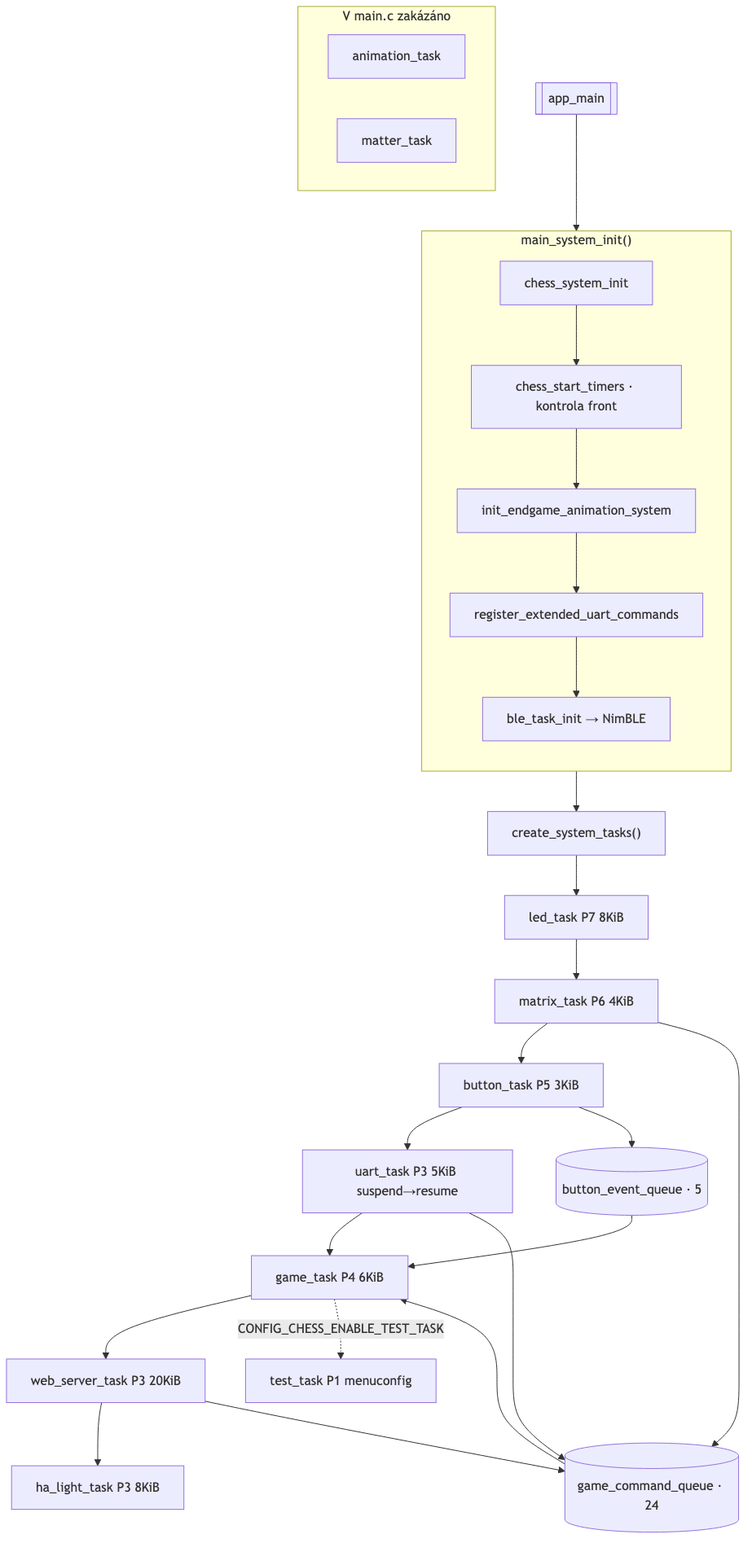
Earlier version of the Mermaid export docs/diagrams/tasks_architecture.png (AlfredKrutina/chess_esp32_c6_devkit). Its source is kept beside it as docs/diagrams/sources/tasks_architecture.mmd.
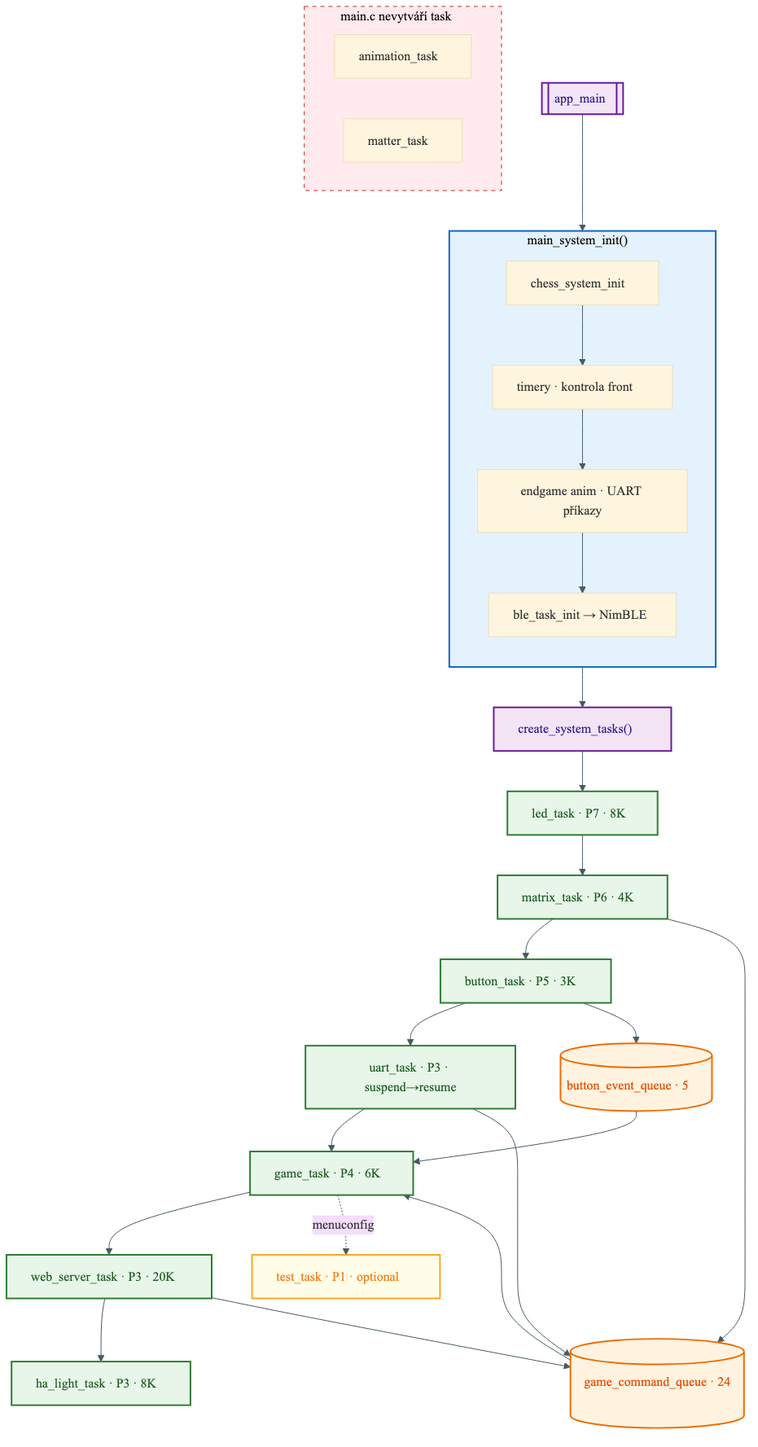
Above is the later version.

Diff of the diagram source:
```diff
@@ -1,39 +1,39 @@
+%%{init: {'theme':'base', 'themeVariables': {'fontFamily':'system-ui,Segoe UI,sans-serif','lineColor':'#455a64','clusterBkg':'#fafafa'}}}%%
 flowchart TB
   subgraph SYS["main_system_init()"]
     direction TB
     CH["chess_system_init"]
-    TM["chess_start_timers · kontrola front"]
-    EG["init_endgame_animation_system"]
-    UR["register_extended_uart_commands"]
+    TM["timery · kontrola front"]
+    EG["endgame anim · UART příkazy"]
     BLE["ble_task_init → NimBLE"]
-    CH --> TM --> EG --> UR --> BLE
+    CH --> TM --> EG --> BLE
   end
 
-  subgraph OFF["V main.c zakázáno"]
+  subgraph OFF["main.c nevytváří task"]
     AN[animation_task]
     MA[matter_task]
   end
 
-  MAIN[["app_main"]] --> SYS
+  MAIN[["app_main"]]:::mainN
+  CR["create_system_tasks()"]:::mainN
 
-  CR["create_system_tasks()"]
+  L["led_task · P7 · 8K"]:::taskN
+  M["matrix_task · P6 · 4K"]:::taskN
+  B["button_task · P5 · 3K"]:::taskN
+  U["uart_task · P3 · suspend→resume"]:::taskN
+  G["game_task · P4 · 6K"]:::taskN
+  T["test_task · P1 · optional"]:::optN
+  W["web_server_task · P3 · 20K"]:::taskN
+  H["ha_light_task · P3 · 8K"]:::taskN
+
+  GQ[("game_command_queue · 24")]:::queueN
+  BQ[("button_event_queue · 5")]:::queueN
+
+  MAIN --> SYS
   SYS --> CR
-
-  L["led_task P7 8KiB"]
-  M["matrix_task P6 4KiB"]
-  B["button_task P5 3KiB"]
-  U["uart_task P3 5KiB suspend→resume"]
-  G["game_task P4 6KiB"]
-  T["test_task P1 menuconfig"]
-  W["web_server_task P3 20KiB"]
-  H["ha_light_task P3 8KiB"]
-
   CR --> L
   L --> M --> B --> U --> G --> W --> H
-  G -.->|CONFIG_CHESS_ENABLE_TEST_TASK| T
-
-  GQ[("game_command_queue · 24")]
-  BQ[("button_event_queue · 5")]
+  G -.->|menuconfig| T
 
   M --> GQ
   B --> BQ
@@ -41,3 +41,11 @@
   W --> GQ
   BQ --> G
   GQ --> G
+
+  classDef mainN fill:#f3e5f5,stroke:#6a1b9a,stroke-width:2px,color:#311b92
+  classDef taskN fill:#e8f5e9,stroke:#2e7d32,stroke-width:2px,color:#1b5e20
+  classDef queueN fill:#fff3e0,stroke:#ef6c00,stroke-width:2px,color:#e65100
+  classDef optN fill:#fffde7,stroke:#f9a825,stroke-width:2px,color:#f57f17
+
+  style SYS fill:#e3f2fd,stroke:#1565c0,stroke-width:2px
+  style OFF fill:#ffebee,stroke:#c62828,stroke-dasharray: 5 5
```
